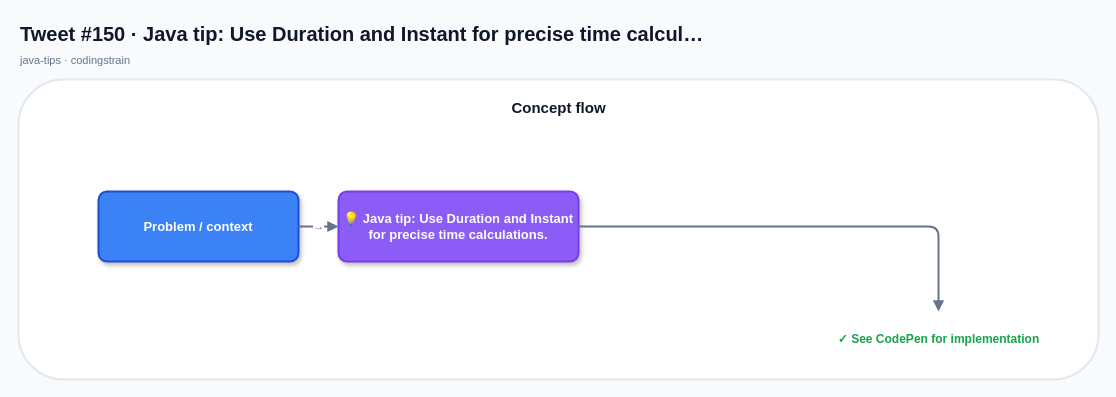
mcasari/codingstrain keeps this draw.io diagram as x-posts-examples/generated-x-posts/drawio/tweet-150.drawio. Above is the earlier version. Source tidied: cells renumbered, new cells numbered last; positions are measured from the earlier drawing's top-left corner, leaving out a move shared by most shapes. Both pictures are drawn from the tidied source at 100%, with x=0, y=0 at pixel (18, 17).
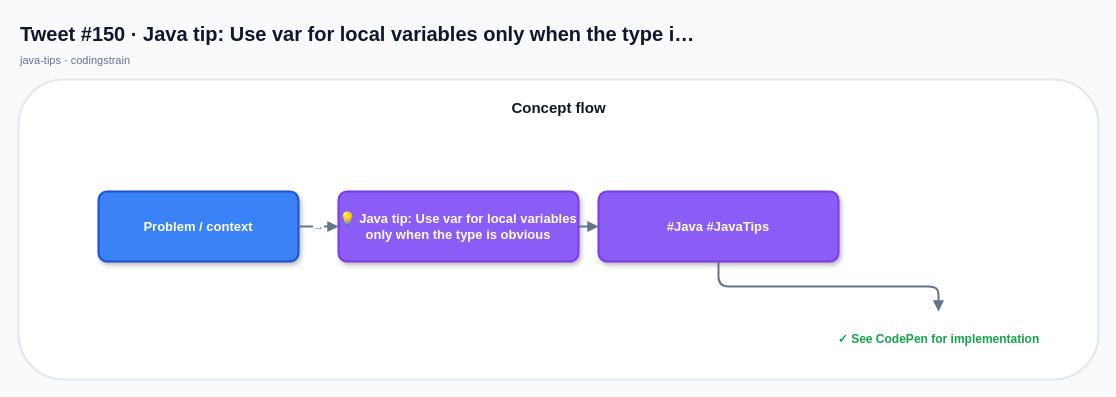
Above is the later version.

Change to the diagram source:
```diff
@@
 <mxGraphModel background="#F8FAFC">
   <root>
     <mxCell id="0" />
     <mxCell id="1" parent="0" />
-    <mxCell id="2" value="Tweet #150 · Java tip: Use Duration and Instant for precise time calcul…" style="text;html=1;strokeColor=none;fillColor=none;align=left;verticalAlign=middle;fontSize=20;fontStyle=1;fontColor=#0F172A;" parent="1" vertex="1">
+    <mxCell id="2" value="Tweet #150 · Java tip: Use var for local variables only when the type i…" style="text;html=1;strokeColor=none;fillColor=none;align=left;verticalAlign=middle;fontSize=20;fontStyle=1;fontColor=#0F172A;" parent="1" vertex="1">
       <mxGeometry width="760" height="32" as="geometry" />
     </mxCell>
     <mxCell id="3" value="java-tips · codingstrain" style="text;html=1;strokeColor=none;fillColor=none;align=left;verticalAlign=middle;fontSize=11;fontStyle=0;fontColor=#64748B;" parent="1" vertex="1">
       <mxGeometry y="32" width="520" height="22" as="geometry" />
     </mxCell>
     <mxCell id="4" style="rounded=1;fillColor=#FFFFFF;strokeColor=#E2E8F0;strokeWidth=2;shadow=0;" parent="1" vertex="1">
       <mxGeometry y="62" width="1080" height="300" as="geometry" />
     </mxCell>
     <mxCell id="5" value="Concept flow" style="text;html=1;strokeColor=none;fillColor=none;align=center;verticalAlign=middle;fontSize=15;fontStyle=1;fontColor=#0F172A;" parent="1" vertex="1">
       <mxGeometry x="20" y="76" width="1040" height="28" as="geometry" />
     </mxCell>
     <mxCell id="6" value="Problem / context" style="rounded=1;whiteSpace=wrap;html=1;arcSize=12;fillColor=#3B82F6;strokeColor=#1D4ED8;strokeWidth=2;fontColor=#FFFFFF;fontSize=13;fontStyle=1;shadow=1;align=center;verticalAlign=middle;" parent="1" vertex="1">
       <mxGeometry x="80" y="174" width="200" height="70" as="geometry" />
     </mxCell>
-    <mxCell id="7" value="💡 Java tip: Use Duration and Instant for precise time calculations." style="rounded=1;whiteSpace=wrap;html=1;arcSize=12;fillColor=#8B5CF6;strokeColor=#7C3AED;strokeWidth=2;fontColor=#FFFFFF;fontSize=13;fontStyle=1;shadow=1;align=center;verticalAlign=middle;" parent="1" vertex="1">
+    <mxCell id="7" value="💡 Java tip: Use var for local variables only when the type is obvious " style="rounded=1;whiteSpace=wrap;html=1;arcSize=12;fillColor=#8B5CF6;strokeColor=#7C3AED;strokeWidth=2;fontColor=#FFFFFF;fontSize=13;fontStyle=1;shadow=1;align=center;verticalAlign=middle;" parent="1" vertex="1">
       <mxGeometry x="320" y="174" width="240" height="70" as="geometry" />
     </mxCell>
     <mxCell id="8" value="→" style="edgeStyle=orthogonalEdgeStyle;rounded=1;jettySize=auto;html=1;endArrow=block;endFill=1;startArrow=none;strokeColor=#64748B;strokeWidth=2;fontColor=#64748B;fontSize=11;" parent="1" edge="1" source="6" target="7">
       <mxGeometry relative="1" as="geometry" />
     </mxCell>
-    <mxCell id="9" value="✓ See CodePen for implementation" style="text;html=1;strokeColor=none;fillColor=none;align=center;verticalAlign=middle;fontSize=12;fontStyle=1;fontColor=#16A34A;" parent="1" vertex="1">
-      <mxGeometry x="800" y="294" width="240" height="56" as="geometry" />
+    <mxCell id="9" value="#Java #JavaTips" style="rounded=1;whiteSpace=wrap;html=1;arcSize=12;fillColor=#8B5CF6;strokeColor=#7C3AED;strokeWidth=2;fontColor=#FFFFFF;fontSize=13;fontStyle=1;shadow=1;align=center;verticalAlign=middle;" parent="1" vertex="1">
+      <mxGeometry x="580" y="174" width="240" height="70" as="geometry" />
     </mxCell>
     <mxCell id="10" style="edgeStyle=orthogonalEdgeStyle;rounded=1;jettySize=auto;html=1;endArrow=block;endFill=1;startArrow=none;strokeColor=#64748B;strokeWidth=2;fontColor=#64748B;fontSize=11;" parent="1" edge="1" source="7" target="9">
       <mxGeometry relative="1" as="geometry" />
     </mxCell>
+    <mxCell id="11" value="✓ See CodePen for implementation" style="text;html=1;strokeColor=none;fillColor=none;align=center;verticalAlign=middle;fontSize=12;fontStyle=1;fontColor=#16A34A;" parent="1" vertex="1">
+      <mxGeometry x="800" y="294" width="240" height="56" as="geometry" />
+    </mxCell>
+    <mxCell id="12" style="edgeStyle=orthogonalEdgeStyle;rounded=1;jettySize=auto;html=1;endArrow=block;endFill=1;startArrow=none;strokeColor=#64748B;strokeWidth=2;fontColor=#64748B;fontSize=11;" parent="1" edge="1" source="9" target="11">
+      <mxGeometry relative="1" as="geometry" />
+    </mxCell>
   </root>
 </mxGraphModel>
```
